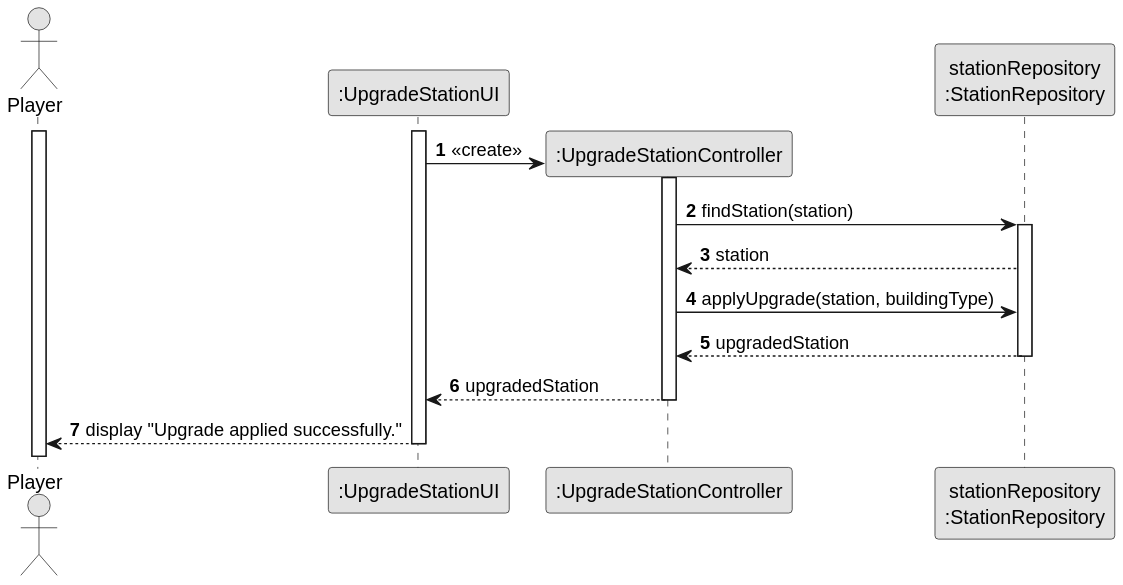
Above: docs/system-documentation/US006/03.design/svg/US006-SD-applyAndSuccess.svg in goncalolopesp/sem2-pi-24.25-g093-repo (PlantUML), before the change.
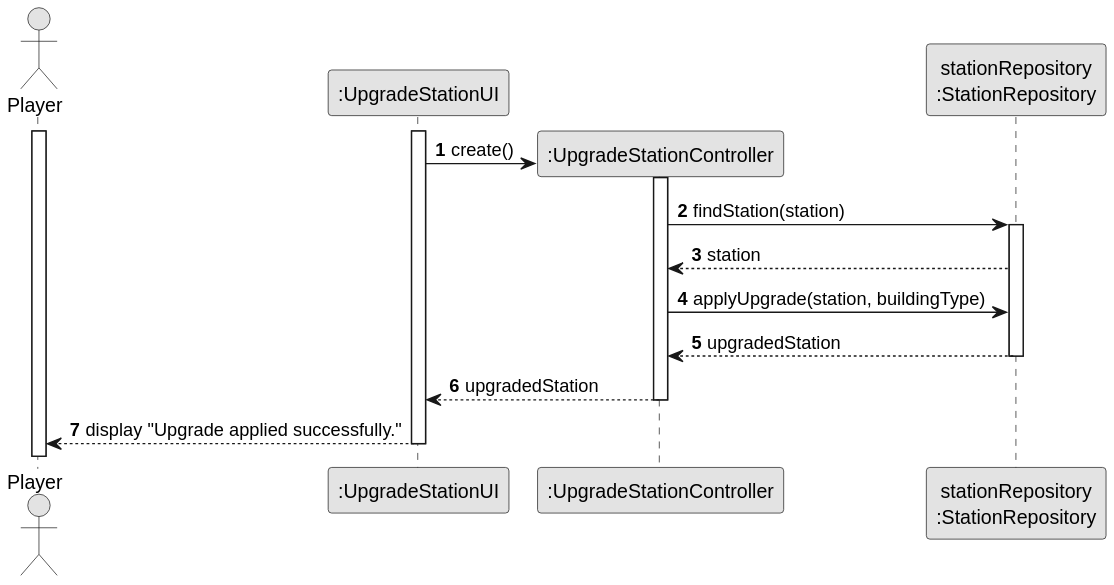
After the change.

Change to the diagram source:
```diff
@@ -11,7 +11,7 @@
 activate Player
 activate UpgradeStationUI
 create ":UpgradeStationController" as UpgradeStationController
-UpgradeStationUI -> UpgradeStationController : «create»
+UpgradeStationUI -> UpgradeStationController : create()
 activate UpgradeStationController
 participant "stationRepository\n:StationRepository" as stationRepository
 UpgradeStationController -> stationRepository : findStation(station)
```
